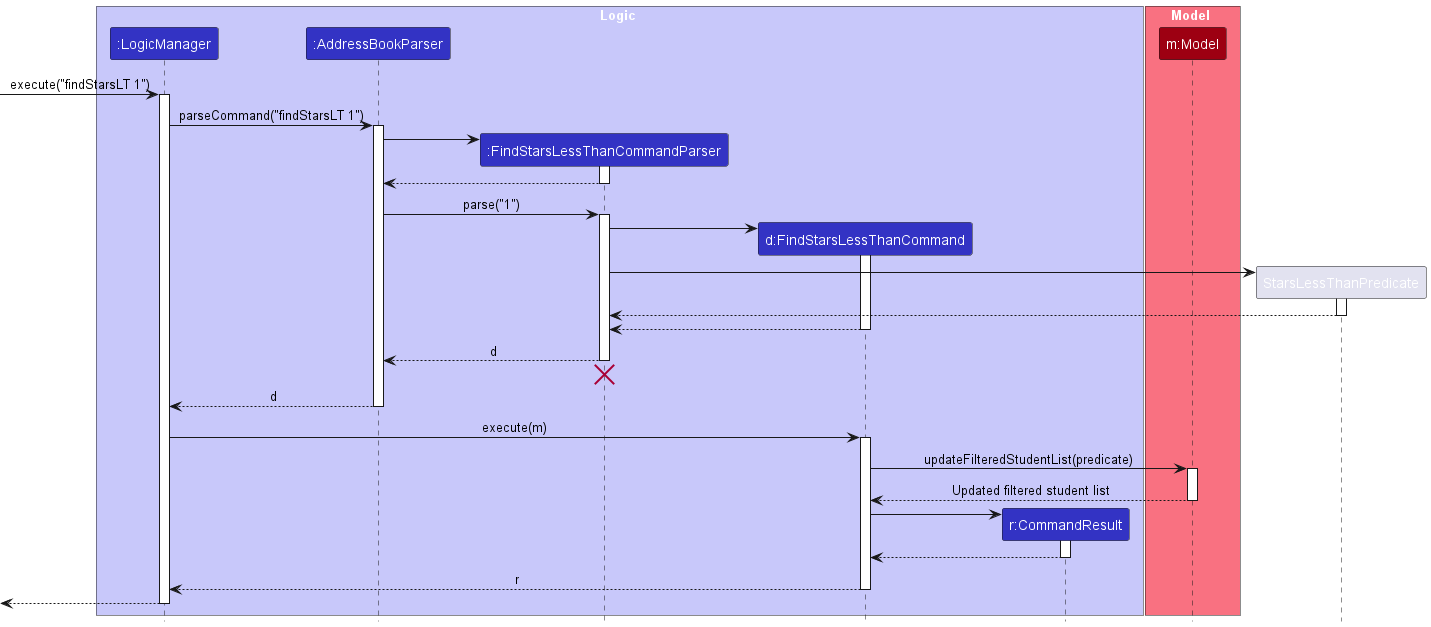
This is docs/images/FindStarsLessThanSequenceDiagram.png from c-wenlong/tp, a PlantUML export, as it was before one commit.
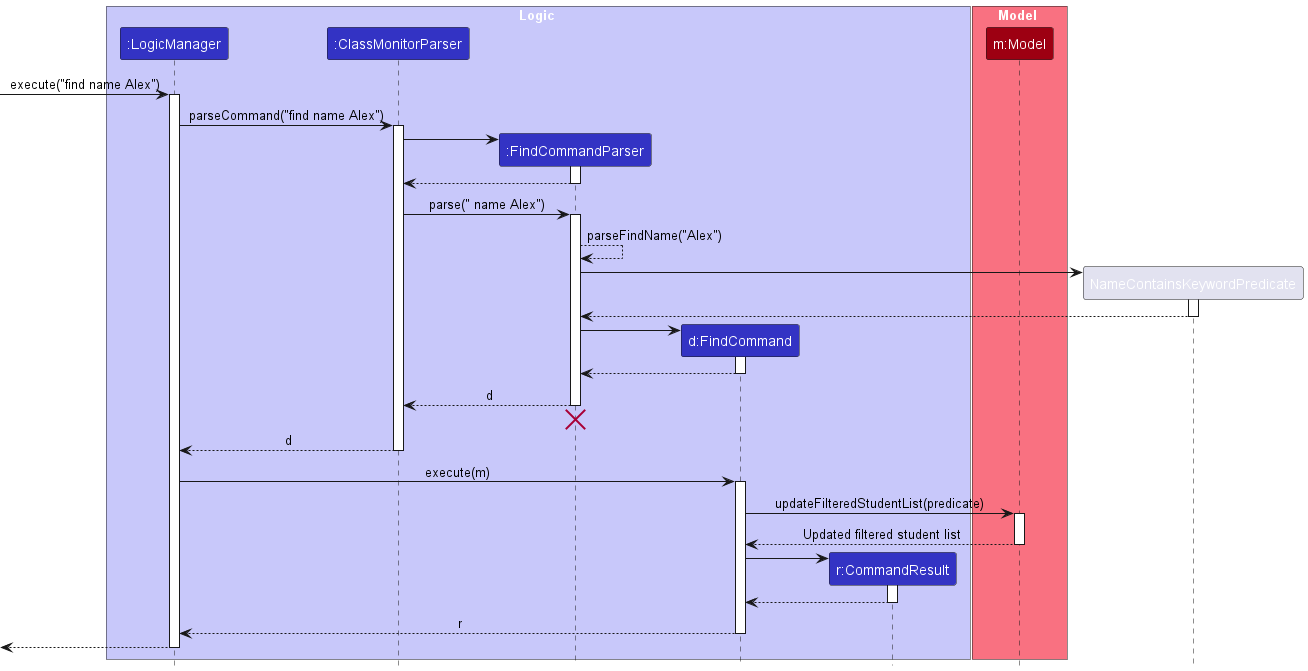
The same file after the commit.

Diff of the diagram source:
```diff
@@ -4,9 +4,9 @@
 
 box Logic LOGIC_COLOR_T1
 participant ":LogicManager" as LogicManager LOGIC_COLOR
-participant ":AddressBookParser" as AddressBookParser LOGIC_COLOR
-participant ":FindStarsLessThanCommandParser" as FindStarsLessThanCommandParser LOGIC_COLOR
-participant "d:FindStarsLessThanCommand" as FindStarsLessThanCommand LOGIC_COLOR
+participant ":ClassMonitorParser" as ClassMonitorParser LOGIC_COLOR
+participant ":FindCommandParser" as FindCommandParser LOGIC_COLOR
+participant "d:FindCommand" as FindCommand LOGIC_COLOR
 participant "r:CommandResult" as CommandResult LOGIC_COLOR
 end box
 
@@ -14,63 +14,67 @@
 participant "m:Model" as Model MODEL_COLOR
 end box
 
-[-> LogicManager : execute("findStarsLT 1")
+[-> LogicManager : execute("find name Alex")
 activate LogicManager
 
-LogicManager -> AddressBookParser : parseCommand("findStarsLT 1")
-activate AddressBookParser
 
-create FindStarsLessThanCommandParser
-AddressBookParser -> FindStarsLessThanCommandParser
-activate FindStarsLessThanCommandParser
+LogicManager -> ClassMonitorParser : parseCommand("find name Alex")
+activate ClassMonitorParser
 
-FindStarsLessThanCommandParser --> AddressBookParser
-deactivate FindStarsLessThanCommandParser
+create FindCommandParser
+ClassMonitorParser -> FindCommandParser
+activate FindCommandParser
 
-AddressBookParser -> FindStarsLessThanCommandParser : parse("1")
-activate FindStarsLessThanCommandParser
+FindCommandParser --> ClassMonitorParser
+deactivate FindCommandParser
 
-create FindStarsLessThanCommand
-FindStarsLessThanCommandParser -> FindStarsLessThanCommand
-activate FindStarsLessThanCommand
+ClassMonitorParser -> FindCommandParser : parse(" name Alex")
+activate FindCommandParser
 
-create StarsLessThanPredicate
-FindStarsLessThanCommandParser -> StarsLessThanPredicate
-activate StarsLessThanPredicate
+FindCommandParser --> FindCommandParser : parseFindName("Alex")
 
-StarsLessThanPredicate --> FindStarsLessThanCommandParser
-deactivate StarsLessThanPredicate
+create NameContainsKeywordPredicate
+FindCommandParser -> NameContainsKeywordPredicate
+activate NameContainsKeywordPredicate
 
-FindStarsLessThanCommand --> FindStarsLessThanCommandParser :
-deactivate FindStarsLessThanCommand
+NameContainsKeywordPredicate --> FindCommandParser
+deactivate NameContainsKeywordPredicate
 
-FindStarsLessThanCommandParser --> AddressBookParser : d
-deactivate FindStarsLessThanCommandParser
-FindStarsLessThanCommandParser -[hidden]-> AddressBookParser
-destroy FindStarsLessThanCommandParser
-deactivate FindStarsLessThanCommandParser
+create FindCommand
+FindCommandParser -> FindCommand
+activate FindCommand
 
-AddressBookParser --> LogicManager : d
-deactivate AddressBookParser
+FindCommand --> FindCommandParser :
+deactivate FindCommand
 
-LogicManager -> FindStarsLessThanCommand : execute(m)
-activate FindStarsLessThanCommand
+FindCommandParser --> ClassMonitorParser : d
+deactivate FindCommandParser
+FindCommandParser -[hidden]-> ClassMonitorParser
+destroy FindCommandParser
+deactivate FindCommandParser
 
-FindStarsLessThanCommand -> Model : updateFilteredStudentList(predicate)
+
+ClassMonitorParser --> LogicManager : d
+deactivate ClassMonitorParser
+
+LogicManager -> FindCommand : execute(m)
+activate FindCommand
+
+FindCommand -> Model : updateFilteredStudentList(predicate)
 activate Model
 
-Model --> FindStarsLessThanCommand : Updated filtered student list
+Model --> FindCommand : Updated filtered student list
 deactivate Model
 
 create CommandResult
-FindStarsLessThanCommand -> CommandResult
+FindCommand -> CommandResult
 activate CommandResult
 
-CommandResult --> FindStarsLessThanCommand
+CommandResult --> FindCommand
 deactivate CommandResult
 
-FindStarsLessThanCommand --> LogicManager : r
-deactivate FindStarsLessThanCommand
+FindCommand --> LogicManager : r
+deactivate FindCommand
 
 [<--LogicManager
 deactivate LogicManager
```
